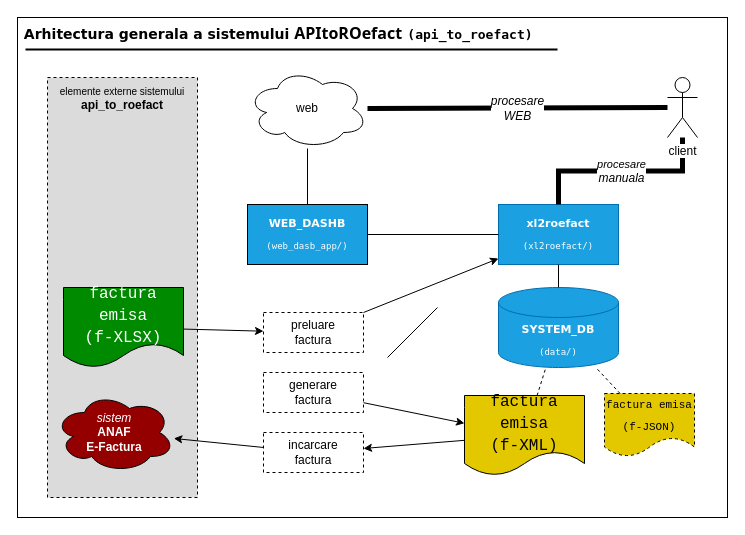
The draw.io diagram docs/doc_src/pictures/api_to_roefact_architecture.drawio in petre-renware/api_to_roefact, before the edit. Source tidied: cells renumbered, new cells numbered last; positions are measured from the earlier drawing's top-left corner, leaving out a move shared by most shapes. Both pictures are drawn from the tidied source at 100%, with x=0, y=0 at pixel (17, 17).
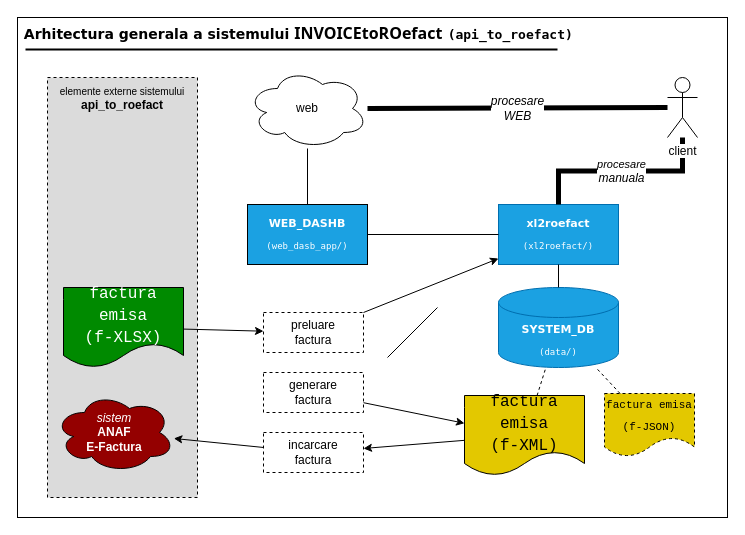
Above is the later version.

Change to the diagram source:
```diff
@@
-    <mxCell id="2" value="&lt;font style=&quot;font-size: 14px;&quot;&gt;&amp;nbsp;Arhitectura generala a sistemului&amp;nbsp;&lt;/font&gt;&lt;font style=&quot;font-size: 16px;&quot; face=&quot;Tahoma&quot;&gt;APItoROefact&lt;/font&gt;&lt;span style=&quot;background-color: initial;&quot;&gt;&amp;nbsp;&lt;/span&gt;&lt;font face=&quot;Lucida Console&quot; style=&quot;background-color: initial; font-size: 13px;&quot;&gt;(api_to_roefact)&lt;/font&gt;" style="rounded=0;whiteSpace=wrap;html=1;fillColor=#ffffff;align=left;verticalAlign=top;fontFamily=Verdana;fontSize=15;fontStyle=1;strokeColor=#000000;fontColor=#000000;" parent="1" vertex="1">
+    <mxCell id="2" value="&lt;font style=&quot;font-size: 14px;&quot;&gt;&amp;nbsp;Arhitectura generala a sistemului&amp;nbsp;&lt;/font&gt;&lt;font style=&quot;font-size: 16px;&quot; face=&quot;Tahoma&quot;&gt;INVOICEtoROefact&lt;/font&gt;&lt;span style=&quot;background-color: initial;&quot;&gt;&amp;nbsp;&lt;/span&gt;&lt;font face=&quot;Lucida Console&quot; style=&quot;background-color: initial; font-size: 13px;&quot;&gt;(api_to_roefact)&lt;/font&gt;" style="rounded=0;whiteSpace=wrap;html=1;fillColor=#ffffff;align=left;verticalAlign=top;fontFamily=Verdana;fontSize=15;fontStyle=1;strokeColor=#000000;fontColor=#000000;" parent="1" vertex="1">
       <mxGeometry width="710" height="500" as="geometry" />
     </mxCell>
```
